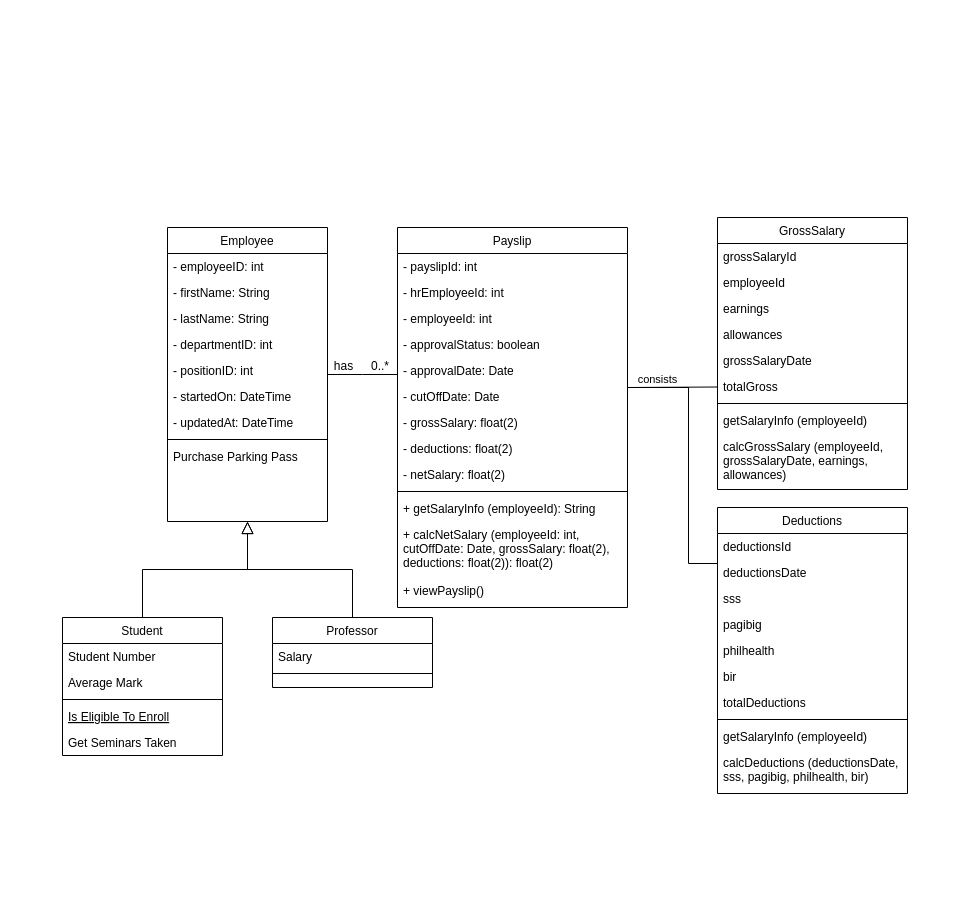
The draw.io diagram S2101 Team 3 OOP MotorPH Class Diagram.drawio in MichaelAngelLu/Computer-Programming, before the edit. Source tidied: cells renumbered, new cells numbered last; positions are measured from the earlier drawing's top-left corner, leaving out a move shared by most shapes. Both pictures are drawn from the tidied source at 100%, with x=0, y=0 at pixel (62, 217).
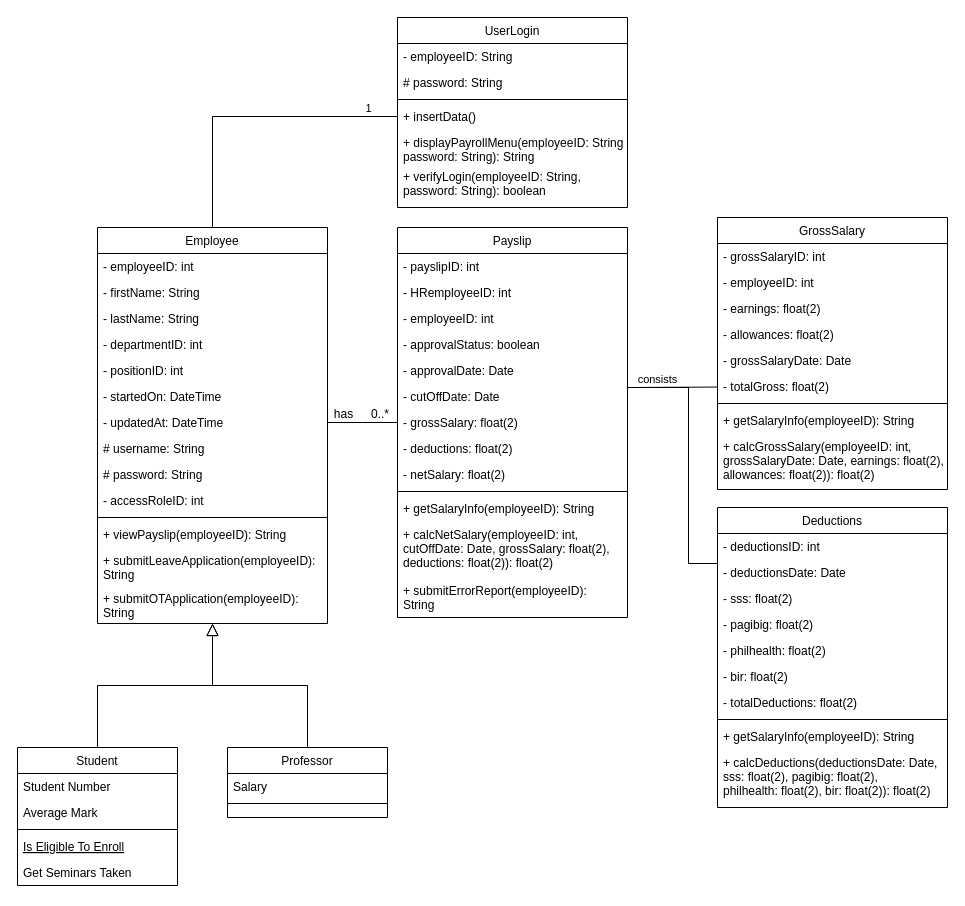
Above is the later version.

Diff of the diagram source:
```diff
@@
     <mxCell id="2" value="Employee" style="swimlane;fontStyle=0;align=center;verticalAlign=top;horizontal=1;startSize=26;rounded=0;shadow=0;strokeWidth=1;" parent="1" vertex="1">
-      <mxGeometry x="105" y="10" width="160" height="294" as="geometry" />
+      <mxGeometry x="35" y="10" width="230" height="396" as="geometry" />
     </mxCell>
     <mxCell id="3" value="- employeeID: int" style="text;align=left;verticalAlign=top;spacingLeft=4;spacingRight=4;overflow=hidden;" parent="2" vertex="1">
-      <mxGeometry y="26" width="160" height="26" as="geometry" />
+      <mxGeometry y="26" width="230" height="26" as="geometry" />
     </mxCell>
     <mxCell id="4" value="- firstName: String" style="text;align=left;verticalAlign=top;spacingLeft=4;spacingRight=4;overflow=hidden;rounded=0;shadow=0;html=0;" parent="2" vertex="1">
-      <mxGeometry y="52" width="160" height="26" as="geometry" />
+      <mxGeometry y="52" width="230" height="26" as="geometry" />
     </mxCell>
     <mxCell id="5" value="- lastName: String" style="text;align=left;verticalAlign=top;spacingLeft=4;spacingRight=4;overflow=hidden;rounded=0;shadow=0;html=0;" parent="2" vertex="1">
-      <mxGeometry y="78" width="160" height="26" as="geometry" />
+      <mxGeometry y="78" width="230" height="26" as="geometry" />
     </mxCell>
     <mxCell id="6" value="- departmentID: int" style="text;align=left;verticalAlign=top;spacingLeft=4;spacingRight=4;overflow=hidden;rounded=0;shadow=0;html=0;" parent="2" vertex="1">
-      <mxGeometry y="104" width="160" height="26" as="geometry" />
+      <mxGeometry y="104" width="230" height="26" as="geometry" />
     </mxCell>
     <mxCell id="7" value="- positionID: int" style="text;align=left;verticalAlign=top;spacingLeft=4;spacingRight=4;overflow=hidden;rounded=0;shadow=0;html=0;" parent="2" vertex="1">
-      <mxGeometry y="130" width="160" height="26" as="geometry" />
+      <mxGeometry y="130" width="230" height="26" as="geometry" />
     </mxCell>
     <mxCell id="8" value="- startedOn: DateTime" style="text;align=left;verticalAlign=top;spacingLeft=4;spacingRight=4;overflow=hidden;rounded=0;shadow=0;html=0;" parent="2" vertex="1">
-      <mxGeometry y="156" width="160" height="26" as="geometry" />
+      <mxGeometry y="156" width="230" height="26" as="geometry" />
     </mxCell>
     <mxCell id="9" value="- updatedAt: DateTime" style="text;align=left;verticalAlign=top;spacingLeft=4;spacingRight=4;overflow=hidden;rounded=0;shadow=0;html=0;" parent="2" vertex="1">
-      <mxGeometry y="182" width="160" height="26" as="geometry" />
+      <mxGeometry y="182" width="230" height="26" as="geometry" />
     </mxCell>
+    <mxCell id="65" value="# username: String" style="text;align=left;verticalAlign=top;spacingLeft=4;spacingRight=4;overflow=hidden;rounded=0;shadow=0;html=0;" parent="2" vertex="1">
+      <mxGeometry y="208" width="230" height="26" as="geometry" />
+    </mxCell>
+    <mxCell id="66" value="# password: String" style="text;align=left;verticalAlign=top;spacingLeft=4;spacingRight=4;overflow=hidden;rounded=0;shadow=0;html=0;" parent="2" vertex="1">
+      <mxGeometry y="234" width="230" height="26" as="geometry" />
+    </mxCell>
+    <mxCell id="67" value="- accessRoleID: int" style="text;align=left;verticalAlign=top;spacingLeft=4;spacingRight=4;overflow=hidden;rounded=0;shadow=0;html=0;" parent="2" vertex="1">
+      <mxGeometry y="260" width="230" height="26" as="geometry" />
+    </mxCell>
     <mxCell id="10" style="line;html=1;strokeWidth=1;align=left;verticalAlign=middle;spacingTop=-1;spacingLeft=3;spacingRight=3;labelPosition=right;" parent="2" vertex="1">
-      <mxGeometry y="208" width="160" height="8" as="geometry" />
+      <mxGeometry y="286" width="230" height="8" as="geometry" />
     </mxCell>
-    <mxCell id="11" value="Purchase Parking Pass" style="text;align=left;verticalAlign=top;spacingLeft=4;spacingRight=4;overflow=hidden;" parent="2" vertex="1">
-      <mxGeometry y="216" width="160" height="26" as="geometry" />
+    <mxCell id="11" value="+ viewPayslip(employeeID): String" style="text;align=left;verticalAlign=top;spacingLeft=4;spacingRight=4;overflow=hidden;" parent="2" vertex="1">
+      <mxGeometry y="294" width="230" height="26" as="geometry" />
     </mxCell>
+    <mxCell id="68" value="+ submitLeaveApplication(employeeID): &#10;String" style="text;align=left;verticalAlign=top;spacingLeft=4;spacingRight=4;overflow=hidden;" parent="2" vertex="1">
+      <mxGeometry y="320" width="230" height="38" as="geometry" />
+    </mxCell>
+    <mxCell id="69" value="+ submitOTApplication(employeeID): &#10;String" style="text;align=left;verticalAlign=top;spacingLeft=4;spacingRight=4;overflow=hidden;" parent="2" vertex="1">
+      <mxGeometry y="358" width="230" height="38" as="geometry" />
+    </mxCell>
     <mxCell id="12" value="Student" style="swimlane;fontStyle=0;align=center;verticalAlign=top;horizontal=1;startSize=26;rounded=0;shadow=0;strokeWidth=1;" parent="1" vertex="1">
-      <mxGeometry y="400" width="160" height="138" as="geometry" />
+      <mxGeometry x="-45" y="530" width="160" height="138" as="geometry" />
     </mxCell>
@@
     <mxCell id="19" value="Professor" style="swimlane;fontStyle=0;align=center;verticalAlign=top;horizontal=1;startSize=26;rounded=0;shadow=0;strokeWidth=1;" parent="1" vertex="1">
-      <mxGeometry x="210" y="400" width="160" height="70" as="geometry" />
+      <mxGeometry x="165" y="530" width="160" height="70" as="geometry" />
     </mxCell>
@@
     <mxCell id="23" value="Payslip" style="swimlane;fontStyle=0;align=center;verticalAlign=top;horizontal=1;startSize=26;rounded=0;shadow=0;strokeWidth=1;" parent="1" vertex="1">
-      <mxGeometry x="335" y="10" width="230" height="380" as="geometry" />
+      <mxGeometry x="335" y="10" width="230" height="390" as="geometry" />
     </mxCell>
-    <mxCell id="24" value="- payslipId: int" style="text;align=left;verticalAlign=top;spacingLeft=4;spacingRight=4;overflow=hidden;" parent="23" vertex="1">
+    <mxCell id="24" value="- payslipID: int" style="text;align=left;verticalAlign=top;spacingLeft=4;spacingRight=4;overflow=hidden;" parent="23" vertex="1">
       <mxGeometry y="26" width="230" height="26" as="geometry" />
     </mxCell>
-    <mxCell id="25" value="- hrEmployeeId: int" style="text;align=left;verticalAlign=top;spacingLeft=4;spacingRight=4;overflow=hidden;rounded=0;shadow=0;html=0;" parent="23" vertex="1">
+    <mxCell id="25" value="- HRemployeeID: int" style="text;align=left;verticalAlign=top;spacingLeft=4;spacingRight=4;overflow=hidden;rounded=0;shadow=0;html=0;" parent="23" vertex="1">
       <mxGeometry y="52" width="230" height="26" as="geometry" />
     </mxCell>
-    <mxCell id="26" value="- employeeId: int" style="text;align=left;verticalAlign=top;spacingLeft=4;spacingRight=4;overflow=hidden;rounded=0;shadow=0;html=0;" parent="23" vertex="1">
+    <mxCell id="26" value="- employeeID: int" style="text;align=left;verticalAlign=top;spacingLeft=4;spacingRight=4;overflow=hidden;rounded=0;shadow=0;html=0;" parent="23" vertex="1">
       <mxGeometry y="78" width="230" height="26" as="geometry" />
     </mxCell>
@@
-    <mxCell id="34" value="+ getSalaryInfo (employeeId): String" style="text;align=left;verticalAlign=top;spacingLeft=4;spacingRight=4;overflow=hidden;" parent="23" vertex="1">
+    <mxCell id="34" value="+ getSalaryInfo(employeeID): String" style="text;align=left;verticalAlign=top;spacingLeft=4;spacingRight=4;overflow=hidden;" parent="23" vertex="1">
       <mxGeometry y="268" width="230" height="26" as="geometry" />
     </mxCell>
-    <mxCell id="35" value="+ calcNetSalary (employeeId: int, &#10;cutOffDate: Date, grossSalary: float(2), &#10;deductions: float(2)): float(2)" style="text;align=left;verticalAlign=top;spacingLeft=4;spacingRight=4;overflow=hidden;" parent="23" vertex="1">
+    <mxCell id="35" value="+ calcNetSalary(employeeID: int, &#10;cutOffDate: Date, grossSalary: float(2), &#10;deductions: float(2)): float(2)" style="text;align=left;verticalAlign=top;spacingLeft=4;spacingRight=4;overflow=hidden;" parent="23" vertex="1">
       <mxGeometry y="294" width="230" height="56" as="geometry" />
     </mxCell>
-    <mxCell id="36" value="+ viewPayslip()" style="text;align=left;verticalAlign=top;spacingLeft=4;spacingRight=4;overflow=hidden;" parent="23" vertex="1">
-      <mxGeometry y="350" width="230" height="30" as="geometry" />
-    </mxCell>
+    <mxCell id="70" value="+ submitErrorReport(employeeID): &#10;String" style="text;align=left;verticalAlign=top;spacingLeft=4;spacingRight=4;overflow=hidden;" parent="23" vertex="1">
+      <mxGeometry y="350" width="230" height="40" as="geometry" />
+    </mxCell>
@@
     <mxCell id="41" value="GrossSalary" style="swimlane;fontStyle=0;align=center;verticalAlign=top;horizontal=1;startSize=26;rounded=0;shadow=0;strokeWidth=1;" parent="1" vertex="1">
-      <mxGeometry x="655" width="190" height="272" as="geometry" />
+      <mxGeometry x="655" width="230" height="272" as="geometry" />
     </mxCell>
-    <mxCell id="42" value="grossSalaryId" style="text;align=left;verticalAlign=top;spacingLeft=4;spacingRight=4;overflow=hidden;" parent="41" vertex="1">
-      <mxGeometry y="26" width="190" height="26" as="geometry" />
+    <mxCell id="42" value="- grossSalaryID: int" style="text;align=left;verticalAlign=top;spacingLeft=4;spacingRight=4;overflow=hidden;" parent="41" vertex="1">
+      <mxGeometry y="26" width="230" height="26" as="geometry" />
     </mxCell>
-    <mxCell id="43" value="employeeId" style="text;align=left;verticalAlign=top;spacingLeft=4;spacingRight=4;overflow=hidden;rounded=0;shadow=0;html=0;" parent="41" vertex="1">
-      <mxGeometry y="52" width="190" height="26" as="geometry" />
+    <mxCell id="43" value="- employeeID: int" style="text;align=left;verticalAlign=top;spacingLeft=4;spacingRight=4;overflow=hidden;rounded=0;shadow=0;html=0;" parent="41" vertex="1">
+      <mxGeometry y="52" width="230" height="26" as="geometry" />
     </mxCell>
-    <mxCell id="44" value="earnings" style="text;align=left;verticalAlign=top;spacingLeft=4;spacingRight=4;overflow=hidden;rounded=0;shadow=0;html=0;" parent="41" vertex="1">
-      <mxGeometry y="78" width="190" height="26" as="geometry" />
+    <mxCell id="44" value="- earnings: float(2)" style="text;align=left;verticalAlign=top;spacingLeft=4;spacingRight=4;overflow=hidden;rounded=0;shadow=0;html=0;" parent="41" vertex="1">
+      <mxGeometry y="78" width="230" height="26" as="geometry" />
     </mxCell>
-    <mxCell id="45" value="allowances" style="text;align=left;verticalAlign=top;spacingLeft=4;spacingRight=4;overflow=hidden;rounded=0;shadow=0;html=0;" parent="41" vertex="1">
-      <mxGeometry y="104" width="190" height="26" as="geometry" />
+    <mxCell id="45" value="- allowances: float(2)" style="text;align=left;verticalAlign=top;spacingLeft=4;spacingRight=4;overflow=hidden;rounded=0;shadow=0;html=0;" parent="41" vertex="1">
+      <mxGeometry y="104" width="230" height="26" as="geometry" />
     </mxCell>
-    <mxCell id="46" value="grossSalaryDate" style="text;align=left;verticalAlign=top;spacingLeft=4;spacingRight=4;overflow=hidden;rounded=0;shadow=0;html=0;" parent="41" vertex="1">
-      <mxGeometry y="130" width="190" height="26" as="geometry" />
+    <mxCell id="46" value="- grossSalaryDate: Date" style="text;align=left;verticalAlign=top;spacingLeft=4;spacingRight=4;overflow=hidden;rounded=0;shadow=0;html=0;" parent="41" vertex="1">
+      <mxGeometry y="130" width="230" height="26" as="geometry" />
     </mxCell>
-    <mxCell id="47" value="totalGross" style="text;align=left;verticalAlign=top;spacingLeft=4;spacingRight=4;overflow=hidden;points=[[0,0.5],[1,0.5]];portConstraint=eastwest;rounded=0;shadow=0;html=0;" parent="41" vertex="1">
-      <mxGeometry y="156" width="190" height="26" as="geometry" />
+    <mxCell id="47" value="- totalGross: float(2)" style="text;align=left;verticalAlign=top;spacingLeft=4;spacingRight=4;overflow=hidden;points=[[0,0.5],[1,0.5]];portConstraint=eastwest;rounded=0;shadow=0;html=0;" parent="41" vertex="1">
+      <mxGeometry y="156" width="230" height="26" as="geometry" />
     </mxCell>
     <mxCell id="48" style="line;html=1;strokeWidth=1;align=left;verticalAlign=middle;spacingTop=-1;spacingLeft=3;spacingRight=3;labelPosition=right;" parent="41" vertex="1">
-      <mxGeometry y="182" width="190" height="8" as="geometry" />
+      <mxGeometry y="182" width="230" height="8" as="geometry" />
     </mxCell>
-    <mxCell id="49" value="getSalaryInfo (employeeId)" style="text;align=left;verticalAlign=top;spacingLeft=4;spacingRight=4;overflow=hidden;" parent="41" vertex="1">
-      <mxGeometry y="190" width="190" height="26" as="geometry" />
+    <mxCell id="49" value="+ getSalaryInfo(employeeID): String" style="text;align=left;verticalAlign=top;spacingLeft=4;spacingRight=4;overflow=hidden;" parent="41" vertex="1">
+      <mxGeometry y="190" width="230" height="26" as="geometry" />
     </mxCell>
-    <mxCell id="50" value="calcGrossSalary (employeeId, &#10;grossSalaryDate, earnings, &#10;allowances)" style="text;align=left;verticalAlign=top;spacingLeft=4;spacingRight=4;overflow=hidden;" parent="41" vertex="1">
-      <mxGeometry y="216" width="190" height="56" as="geometry" />
+    <mxCell id="50" value="+ calcGrossSalary(employeeID: int, &#10;grossSalaryDate: Date, earnings: float(2), &#10;allowances: float(2)): float(2)" style="text;align=left;verticalAlign=top;spacingLeft=4;spacingRight=4;overflow=hidden;" parent="41" vertex="1">
+      <mxGeometry y="216" width="230" height="56" as="geometry" />
     </mxCell>
     <mxCell id="51" value="Deductions" style="swimlane;fontStyle=0;align=center;verticalAlign=top;horizontal=1;startSize=26;rounded=0;shadow=0;strokeWidth=1;" parent="1" vertex="1">
-      <mxGeometry x="655" y="290" width="190" height="286" as="geometry" />
+      <mxGeometry x="655" y="290" width="230" height="300" as="geometry" />
     </mxCell>
-    <mxCell id="52" value="deductionsId" style="text;align=left;verticalAlign=top;spacingLeft=4;spacingRight=4;overflow=hidden;" parent="51" vertex="1">
-      <mxGeometry y="26" width="190" height="26" as="geometry" />
+    <mxCell id="52" value="- deductionsID: int" style="text;align=left;verticalAlign=top;spacingLeft=4;spacingRight=4;overflow=hidden;" parent="51" vertex="1">
+      <mxGeometry y="26" width="230" height="26" as="geometry" />
     </mxCell>
-    <mxCell id="53" value="deductionsDate" style="text;align=left;verticalAlign=top;spacingLeft=4;spacingRight=4;overflow=hidden;rounded=0;shadow=0;html=0;" parent="51" vertex="1">
-      <mxGeometry y="52" width="190" height="26" as="geometry" />
+    <mxCell id="53" value="- deductionsDate: Date" style="text;align=left;verticalAlign=top;spacingLeft=4;spacingRight=4;overflow=hidden;rounded=0;shadow=0;html=0;" parent="51" vertex="1">
+      <mxGeometry y="52" width="230" height="26" as="geometry" />
     </mxCell>
-    <mxCell id="54" value="sss" style="text;align=left;verticalAlign=top;spacingLeft=4;spacingRight=4;overflow=hidden;rounded=0;shadow=0;html=0;" parent="51" vertex="1">
-      <mxGeometry y="78" width="190" height="26" as="geometry" />
+    <mxCell id="54" value="- sss: float(2)" style="text;align=left;verticalAlign=top;spacingLeft=4;spacingRight=4;overflow=hidden;rounded=0;shadow=0;html=0;" parent="51" vertex="1">
+      <mxGeometry y="78" width="230" height="26" as="geometry" />
     </mxCell>
-    <mxCell id="55" value="pagibig" style="text;align=left;verticalAlign=top;spacingLeft=4;spacingRight=4;overflow=hidden;rounded=0;shadow=0;html=0;" parent="51" vertex="1">
-      <mxGeometry y="104" width="190" height="26" as="geometry" />
+    <mxCell id="55" value="- pagibig: float(2)" style="text;align=left;verticalAlign=top;spacingLeft=4;spacingRight=4;overflow=hidden;rounded=0;shadow=0;html=0;" parent="51" vertex="1">
+      <mxGeometry y="104" width="230" height="26" as="geometry" />
     </mxCell>
-    <mxCell id="56" value="philhealth" style="text;align=left;verticalAlign=top;spacingLeft=4;spacingRight=4;overflow=hidden;rounded=0;shadow=0;html=0;" parent="51" vertex="1">
-      <mxGeometry y="130" width="190" height="26" as="geometry" />
+    <mxCell id="56" value="- philhealth: float(2)" style="text;align=left;verticalAlign=top;spacingLeft=4;spacingRight=4;overflow=hidden;rounded=0;shadow=0;html=0;" parent="51" vertex="1">
+      <mxGeometry y="130" width="230" height="26" as="geometry" />
     </mxCell>
-    <mxCell id="57" value="bir" style="text;align=left;verticalAlign=top;spacingLeft=4;spacingRight=4;overflow=hidden;rounded=0;shadow=0;html=0;" parent="51" vertex="1">
-      <mxGeometry y="156" width="190" height="26" as="geometry" />
+    <mxCell id="57" value="- bir: float(2)" style="text;align=left;verticalAlign=top;spacingLeft=4;spacingRight=4;overflow=hidden;rounded=0;shadow=0;html=0;" parent="51" vertex="1">
+      <mxGeometry y="156" width="230" height="26" as="geometry" />
     </mxCell>
-    <mxCell id="58" value="totalDeductions" style="text;align=left;verticalAlign=top;spacingLeft=4;spacingRight=4;overflow=hidden;rounded=0;shadow=0;html=0;" parent="51" vertex="1">
-      <mxGeometry y="182" width="190" height="26" as="geometry" />
+    <mxCell id="58" value="- totalDeductions: float(2)" style="text;align=left;verticalAlign=top;spacingLeft=4;spacingRight=4;overflow=hidden;rounded=0;shadow=0;html=0;" parent="51" vertex="1">
+      <mxGeometry y="182" width="230" height="26" as="geometry" />
     </mxCell>
     <mxCell id="59" style="line;html=1;strokeWidth=1;align=left;verticalAlign=middle;spacingTop=-1;spacingLeft=3;spacingRight=3;labelPosition=right;" parent="51" vertex="1">
-      <mxGeometry y="208" width="190" height="8" as="geometry" />
+      <mxGeometry y="208" width="230" height="8" as="geometry" />
     </mxCell>
-    <mxCell id="60" value="getSalaryInfo (employeeId)" style="text;align=left;verticalAlign=top;spacingLeft=4;spacingRight=4;overflow=hidden;" parent="51" vertex="1">
-      <mxGeometry y="216" width="190" height="26" as="geometry" />
+    <mxCell id="60" value="+ getSalaryInfo(employeeID): String" style="text;align=left;verticalAlign=top;spacingLeft=4;spacingRight=4;overflow=hidden;" parent="51" vertex="1">
+      <mxGeometry y="216" width="230" height="26" as="geometry" />
     </mxCell>
-    <mxCell id="61" value="calcDeductions (deductionsDate, &#10;sss, pagibig, philhealth, bir)" style="text;align=left;verticalAlign=top;spacingLeft=4;spacingRight=4;overflow=hidden;" parent="51" vertex="1">
-      <mxGeometry y="242" width="190" height="44" as="geometry" />
+    <mxCell id="61" value="+ calcDeductions(deductionsDate: Date, &#10;sss: float(2), pagibig: float(2), &#10;philhealth: float(2), bir: float(2)): float(2)" style="text;align=left;verticalAlign=top;spacingLeft=4;spacingRight=4;overflow=hidden;" parent="51" vertex="1">
+      <mxGeometry y="242" width="230" height="58" as="geometry" />
     </mxCell>
@@
+    <mxCell id="71" value="UserLogin" style="swimlane;fontStyle=0;align=center;verticalAlign=top;horizontal=1;startSize=26;rounded=0;shadow=0;strokeWidth=1;" parent="1" vertex="1">
+      <mxGeometry x="335" y="-200" width="230" height="190" as="geometry" />
+    </mxCell>
+    <mxCell id="72" value="- employeeID: String" style="text;align=left;verticalAlign=top;spacingLeft=4;spacingRight=4;overflow=hidden;" parent="71" vertex="1">
+      <mxGeometry y="26" width="230" height="26" as="geometry" />
+    </mxCell>
+    <mxCell id="73" value="# password: String" style="text;align=left;verticalAlign=top;spacingLeft=4;spacingRight=4;overflow=hidden;" parent="71" vertex="1">
+      <mxGeometry y="52" width="230" height="26" as="geometry" />
+    </mxCell>
+    <mxCell id="74" style="line;html=1;strokeWidth=1;align=left;verticalAlign=middle;spacingTop=-1;spacingLeft=3;spacingRight=3;labelPosition=right;" parent="71" vertex="1">
+      <mxGeometry y="78" width="230" height="8" as="geometry" />
+    </mxCell>
+    <mxCell id="75" value="+ insertData()" style="text;align=left;verticalAlign=top;spacingLeft=4;spacingRight=4;overflow=hidden;points=[[0,0.5],[1,0.5]];portConstraint=eastwest;" parent="71" vertex="1">
+      <mxGeometry y="86" width="230" height="26" as="geometry" />
+    </mxCell>
+    <mxCell id="76" value="+ displayPayrollMenu(employeeID: String,&#10;password: String): String" style="text;align=left;verticalAlign=top;spacingLeft=4;spacingRight=4;overflow=hidden;" parent="71" vertex="1">
+      <mxGeometry y="112" width="230" height="34" as="geometry" />
+    </mxCell>
+    <mxCell id="77" value="+ verifyLogin(employeeID: String, &#10;password: String): boolean" style="text;align=left;verticalAlign=top;spacingLeft=4;spacingRight=4;overflow=hidden;" parent="71" vertex="1">
+      <mxGeometry y="146" width="230" height="44" as="geometry" />
+    </mxCell>
+    <mxCell id="78" style="edgeStyle=orthogonalEdgeStyle;rounded=0;jettySize=auto;html=1;exitX=0;exitY=0.5;exitDx=0;exitDy=0;endArrow=none;endFill=0;" parent="1" edge="1" source="75" target="2">
+      <mxGeometry relative="1" as="geometry" />
+    </mxCell>
+    <mxCell id="79" value="1" style="edgeLabel;html=1;align=center;verticalAlign=middle;" parent="78" vertex="1">
+      <mxGeometry x="-0.8" y="1" relative="1" as="geometry">
+        <mxPoint y="-10" as="offset" />
+      </mxGeometry>
+    </mxCell>
```
